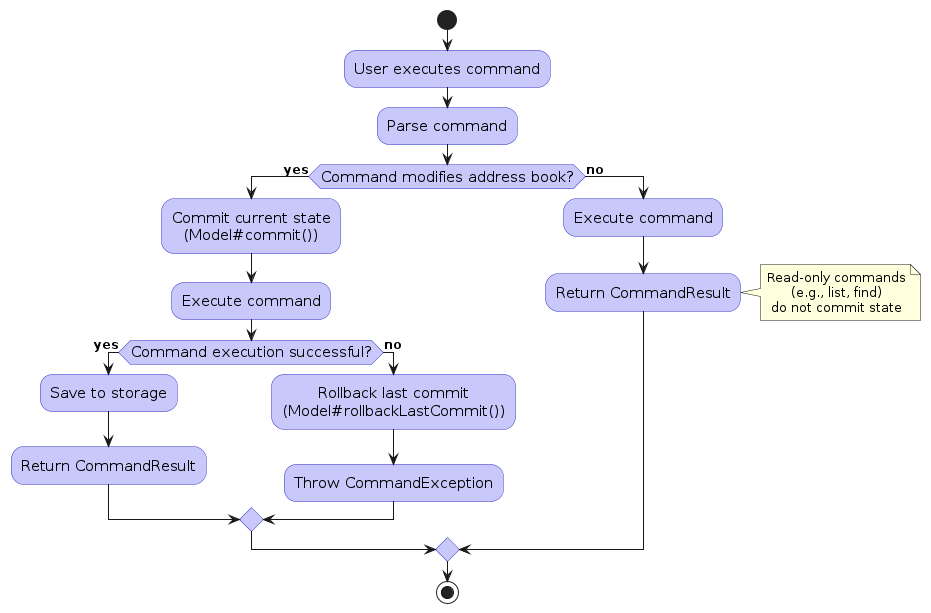
Earlier version of the PlantUML export diagrams/CommitActivityDiagram.png (AY2526S1-CS2103T-T10-3/tp). Its source is kept beside it as diagrams/CommitActivityDiagram.puml.
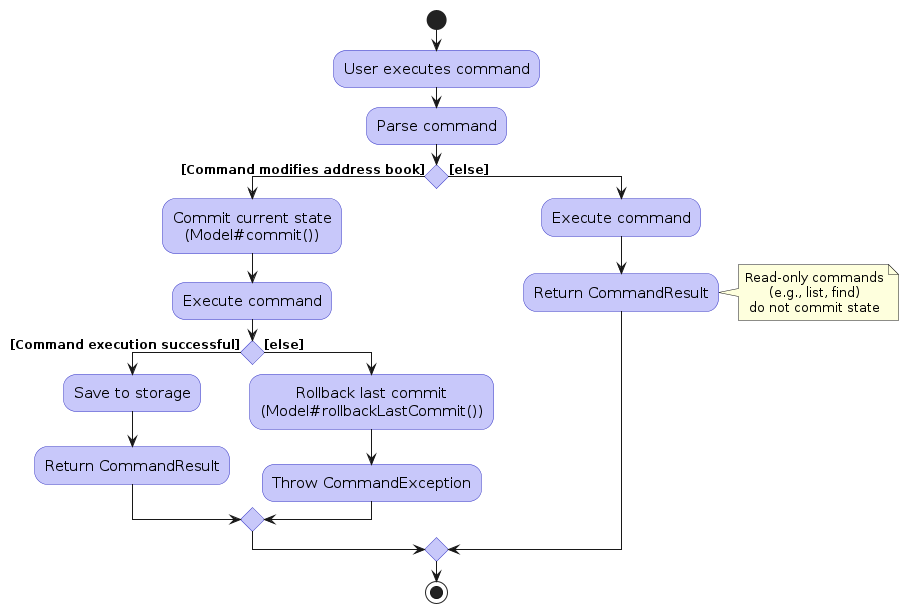
After the commit.

The edit, as a diff of the source:
```diff
@@ -8,17 +8,17 @@
 :User executes command;
 :Parse command;
 
-if (Command modifies address book?) then (yes)
+if () then ([Command modifies address book])
   :Commit current state\n(Model#commit());
   :Execute command;
-  if (Command execution successful?) then (yes)
+  if () then ([Command execution successful])
     :Save to storage;
     :Return CommandResult;
-  else (no)
+  else ([else])
     :Rollback last commit\n(Model#rollbackLastCommit());
     :Throw CommandException;
   endif
-else (no)
+else ([else])
   :Execute command;
   :Return CommandResult;
   note right
```
